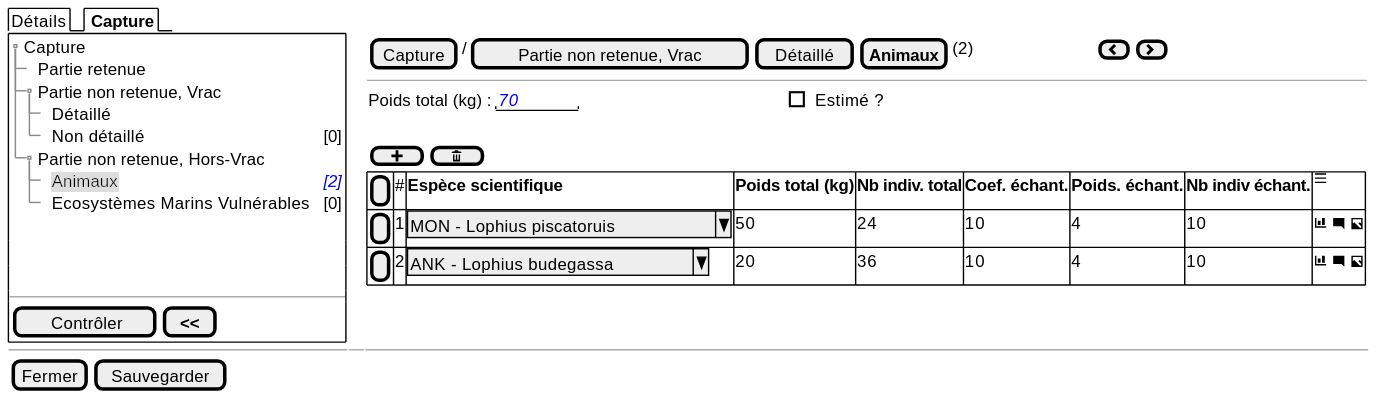
Before: projects/obsmer/spe/images/batch/batch-tree-PNR-HVRAC-ANI.svg, a diagram exported from PlantUML (sumaris-net/sumaris-doc).
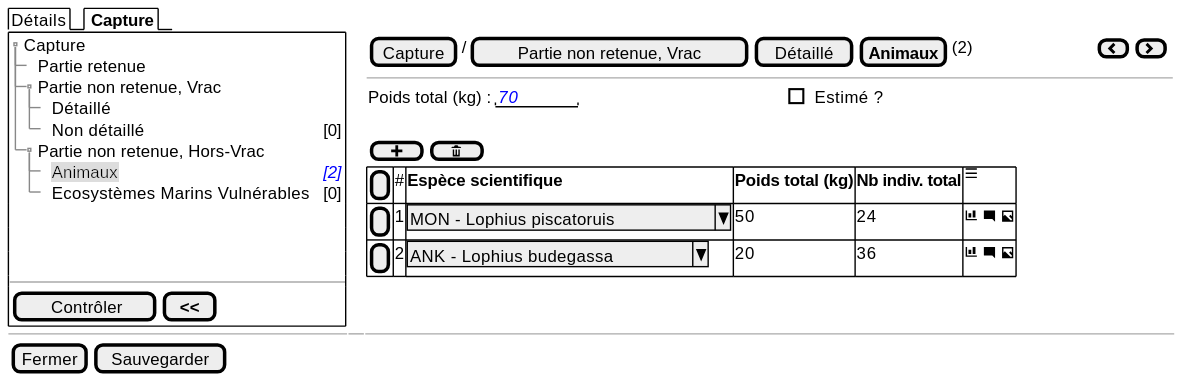
The same file after the commit.

Change to the diagram source:
```diff
@@ -28,9 +28,9 @@
 
     {#
 
-          [ ] | # | <b>Espèce scientifique  | <b>Poids total (kg)     |  <b>Nb indiv. total  | <b>Coef. échant. | <b>Poids. échant. | <b>Nb indiv échant. | <&menu>
-          [ ] | 1 | ^MON - Lophius piscatoruis  ^ |  50   |  24   |   10          | 4 | 10 | <&bar-chart> <&comment-square> <&image>
-          [ ] | 2 | ^ANK - Lophius budegassa  ^ |  20   |  36   |   10          | 4 | 10 | <&bar-chart> <&comment-square> <&image>
+          [ ] | # | <b>Espèce scientifique  | <b>Poids total (kg)     |  <b>Nb indiv. total   | <&menu>
+          [ ] | 1 | ^MON - Lophius piscatoruis  ^ |  50   |  24    | <&bar-chart> <&comment-square> <&image>
+          [ ] | 2 | ^ANK - Lophius budegassa  ^ |  20   |  36   |    <&bar-chart> <&comment-square> <&image>
         }
   }
 
```
